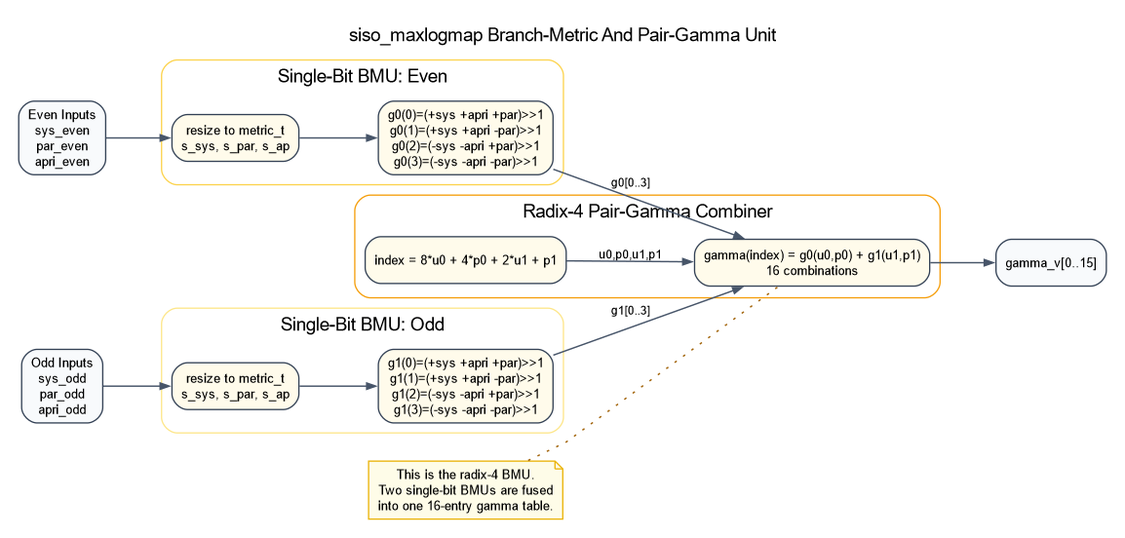
Above: architecture_exports/siso_maxlogmap/internal_units/SISO_BRANCH_AND_GAMMA_UNIT.png in HarshithaModekurty/Parallel-Turbo-Decoder-ASIC-for-3GPP-LTE (Graphviz), before the change. Its source is kept beside it as architecture_exports/siso_maxlogmap/internal_units/SISO_BRANCH_AND_GAMMA_UNIT.dot.
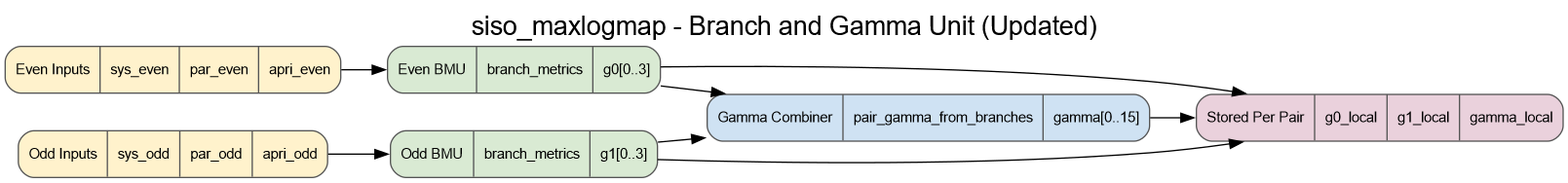
Above is the later version.

What changed in the source:
```diff
@@ -1,72 +1,18 @@
-digraph siso_branch_gamma {
-  graph [
-    rankdir=LR,
-    splines=polyline,
-    nodesep=0.4,
-    ranksep=0.7,
-    pad=0.2,
-    bgcolor="white",
-    fontname="Helvetica",
-    labelloc="t",
-    label="siso_maxlogmap Branch-Metric And Pair-Gamma Unit"
-  ];
+digraph G {
+  rankdir=LR;
+  graph [labelloc=t, fontsize=20, fontname="Helvetica", label="siso_maxlogmap - Branch and Gamma Unit (Updated)"];
+  node [shape=record, style="rounded,filled", fontname="Helvetica", fontsize=11, fillcolor="#f8f6ef", color="#555555"];
 
-  node [
-    shape=box,
-    style="rounded,filled",
-    fillcolor="white",
-    color="#334155",
-    fontname="Helvetica",
-    fontsize=10,
-    margin="0.10,0.06"
-  ];
+  even_in [label="{Even Inputs|sys_even|par_even|apri_even}", fillcolor="#fff2cc"];
+  odd_in [label="{Odd Inputs|sys_odd|par_odd|apri_odd}", fillcolor="#fff2cc"];
+  g0 [label="{Even BMU|branch_metrics|g0[0..3]}", fillcolor="#d9ead3"];
+  g1 [label="{Odd BMU|branch_metrics|g1[0..3]}", fillcolor="#d9ead3"];
+  gamma [label="{Gamma Combiner|pair_gamma_from_branches|gamma[0..15]}", fillcolor="#cfe2f3"];
+  caches [label="{Stored Per Pair|g0_local|g1_local|gamma_local}", fillcolor="#ead1dc"];
 
-  edge [
-    color="#475569",
-    arrowsize=0.7,
-    penwidth=1.1,
-    fontname="Helvetica",
-    fontsize=9
-  ];
-
-  in_even [label="Even Inputs\nsys_even\npar_even\napri_even", fillcolor="#F8FAFC"];
-  in_odd [label="Odd Inputs\nsys_odd\npar_odd\napri_odd", fillcolor="#F8FAFC"];
-  gamma_out [label="gamma_v[0..15]", fillcolor="#F8FAFC"];
-
-  subgraph cluster_even {
-    label="Single-Bit BMU: Even";
-    color="#FCD34D";
-    style="rounded";
-
-    resize_even [label="resize to metric_t\ns_sys, s_par, s_ap", fillcolor="#FFFBEB"];
-    eq_even [label="g0(0)=(+sys +apri +par)>>1\ng0(1)=(+sys +apri -par)>>1\ng0(2)=(-sys -apri +par)>>1\ng0(3)=(-sys -apri -par)>>1", fillcolor="#FFFBEB"];
-  }
-
-  subgraph cluster_odd {
-    label="Single-Bit BMU: Odd";
-    color="#FDE68A";
-    style="rounded";
-
-    resize_odd [label="resize to metric_t\ns_sys, s_par, s_ap", fillcolor="#FFFBEB"];
-    eq_odd [label="g1(0)=(+sys +apri +par)>>1\ng1(1)=(+sys +apri -par)>>1\ng1(2)=(-sys -apri +par)>>1\ng1(3)=(-sys -apri -par)>>1", fillcolor="#FFFBEB"];
-  }
-
-  subgraph cluster_combine {
-    label="Radix-4 Pair-Gamma Combiner";
-    color="#F59E0B";
-    style="rounded";
-
-    indexer [label="index = 8*u0 + 4*p0 + 2*u1 + p1", fillcolor="#FFFBEB"];
-    combiner [label="gamma(index) = g0(u0,p0) + g1(u1,p1)\n16 combinations", fillcolor="#FFFBEB"];
-  }
-
-  note0 [shape=note, fillcolor="#FEFCE8", color="#EAB308", label="This is the radix-4 BMU.\nTwo single-bit BMUs are fused\ninto one 16-entry gamma table."];
-
-  in_even -> resize_even -> eq_even;
-  in_odd -> resize_odd -> eq_odd;
-  eq_even -> combiner [label="g0[0..3]"];
-  eq_odd -> combiner [label="g1[0..3]"];
-  indexer -> combiner [label="u0,p0,u1,p1"];
-  combiner -> gamma_out;
-  note0 -> combiner [style=dotted, arrowhead=none, color="#A16207"];
+  even_in -> g0 -> gamma;
+  odd_in -> g1 -> gamma;
+  g0 -> caches;
+  g1 -> caches;
+  gamma -> caches;
 }
```
